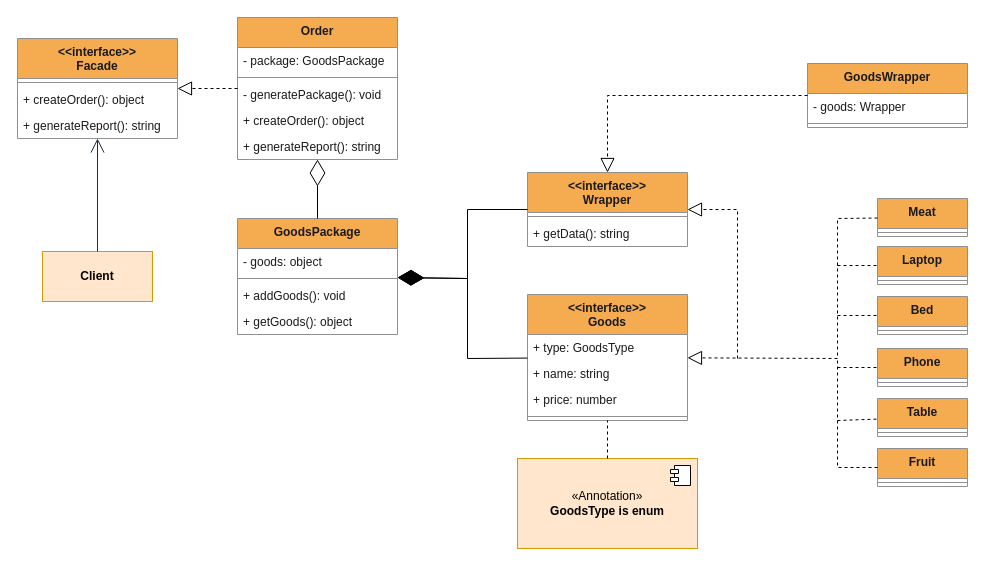
Earlier version of the draw.io diagram diagrams/structural/1facade.drawio (Vlas1d/BasePatterns). Source tidied: cells renumbered, new cells numbered last; positions are measured from the earlier drawing's top-left corner, leaving out a move shared by most shapes. Both pictures are drawn from the tidied source at 100%, with x=0, y=0 at pixel (17, 17).
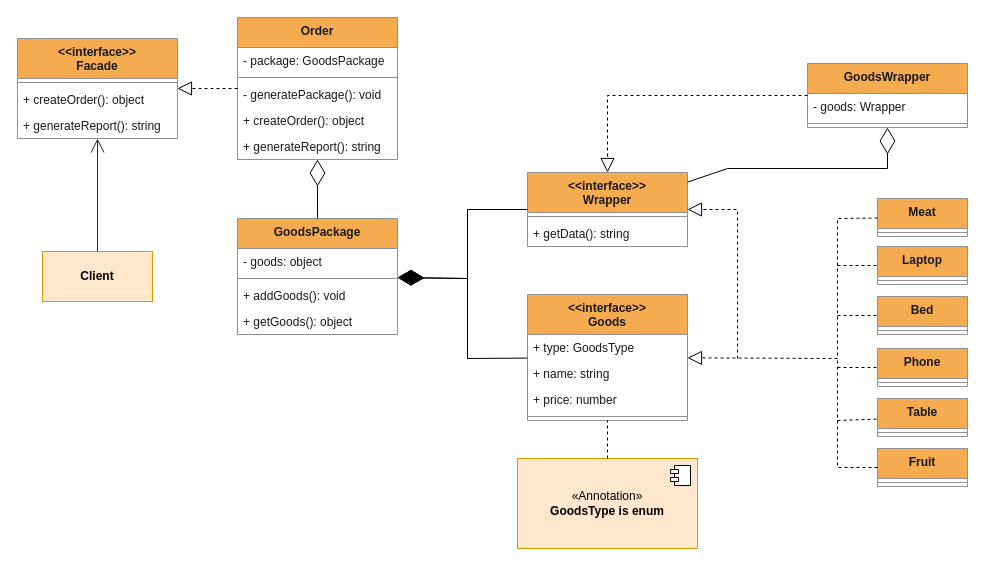
After the change.

Commit message (it also covers changes not shown here):
code&diagrams optimization

The change refers to these unchanged cells:
```xml
<mxCell id="9" value="&amp;lt;&amp;lt;interface&amp;gt;&amp;gt;&lt;br&gt;Wrapper" style="swimlane;fontStyle=1;align=center;verticalAlign=top;horizontal=1;startSize=40;whiteSpace=wrap;html=1;labelBackgroundColor=none;fillColor=#F5AB50;strokeColor=#909090;fontColor=#1A1A1A;" parent="1" vertex="1">
  <mxGeometry x="510" y="155" width="160" height="74" as="geometry" />
</mxCell>
<mxCell id="30" value="GoodsWrapper" style="swimlane;fontStyle=1;align=center;verticalAlign=top;horizontal=1;startSize=30;whiteSpace=wrap;html=1;labelBackgroundColor=none;fillColor=#F5AB50;strokeColor=#909090;fontColor=#1A1A1A;" parent="1" vertex="1">
  <mxGeometry x="790" y="46" width="160" height="64" as="geometry" />
</mxCell>
```

Diff of the diagram source:
```diff
@@
+    <mxCell id="57" style="endArrow=diamondThin;endFill=0;endSize=24;html=1;rounded=0;" parent="1" edge="1" source="9" target="30">
+      <mxGeometry relative="1" as="geometry">
+        <Array as="points">
+          <mxPoint x="710" y="151" />
+          <mxPoint x="870" y="151" />
+        </Array>
+      </mxGeometry>
+    </mxCell>
```
